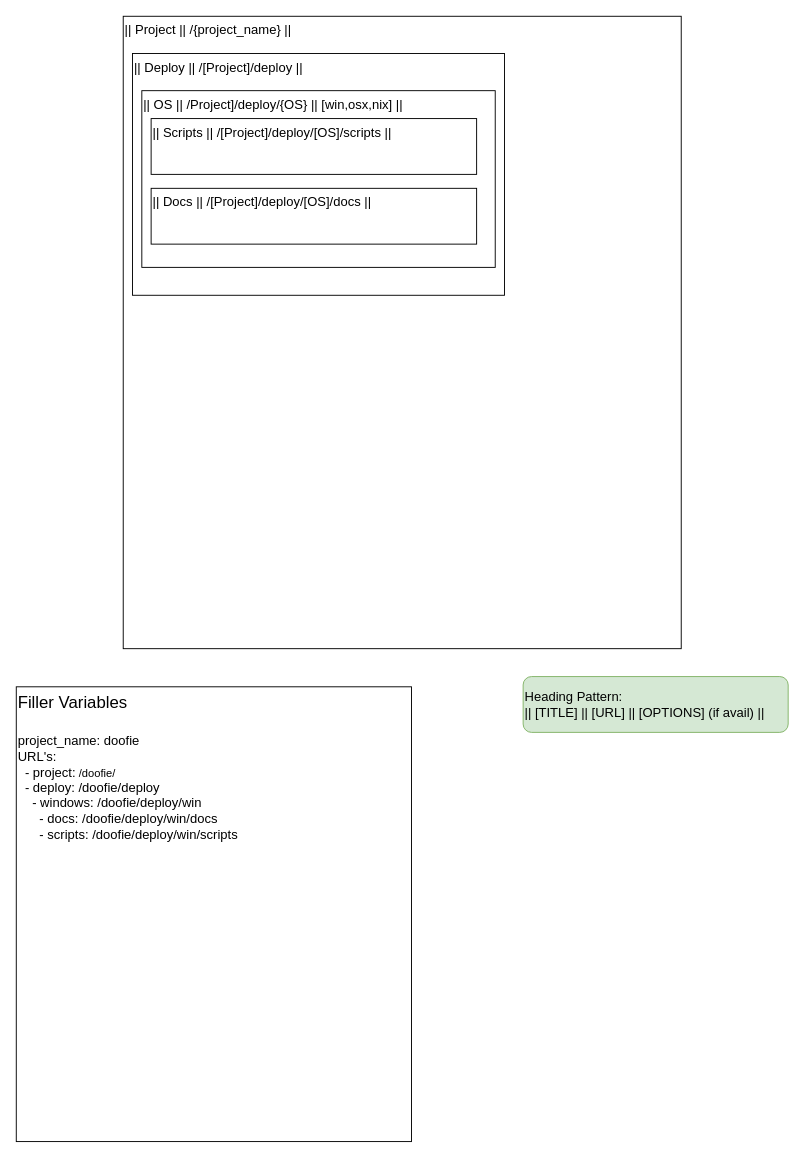
Before: draw.io/RepoLayout.drawio in jay13jay/Diagrams, a draw.io diagram. Source tidied: cells renumbered, new cells numbered last; positions are measured from the earlier drawing's top-left corner, leaving out a move shared by most shapes. Both pictures are drawn from the tidied source at 93%, with x=0, y=0 at pixel (16, 16).
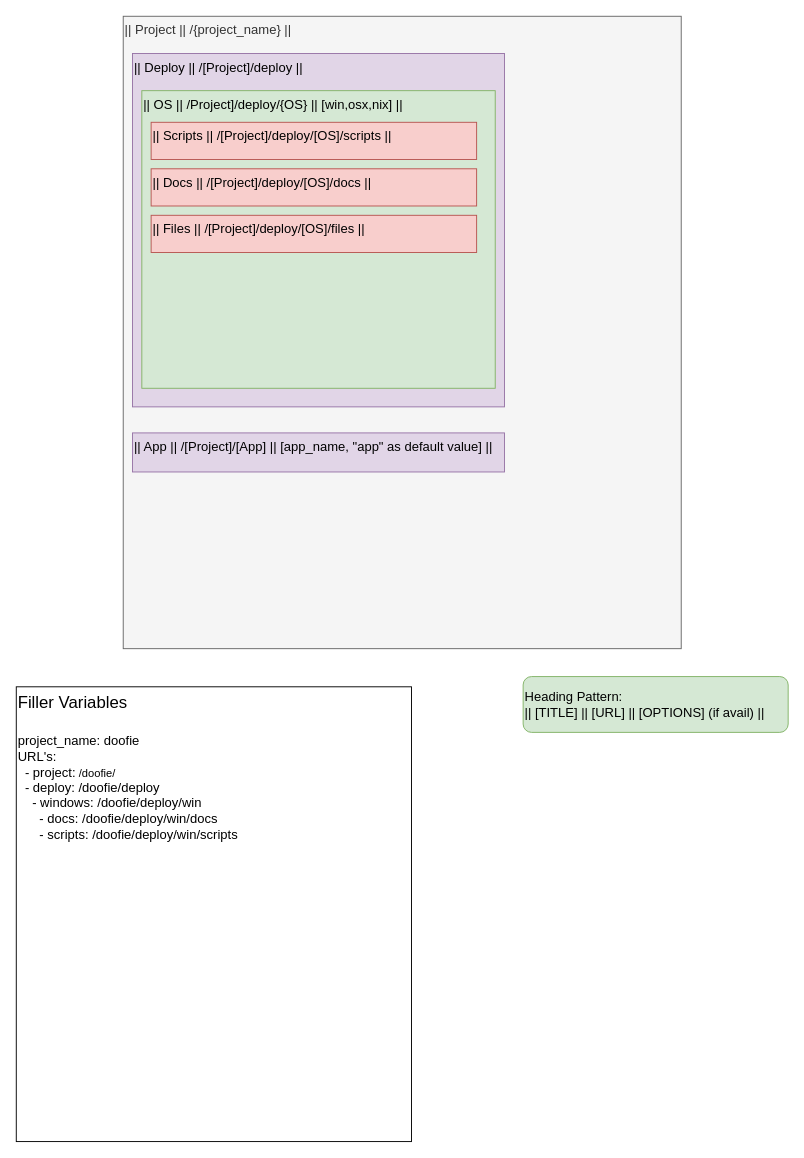
After the change.

What changed in the source:
```diff
@@
 <mxGraphModel>
   <root>
     <mxCell id="0" />
     <mxCell id="1" parent="0" />
-    <mxCell id="2" value="&lt;div style=&quot;font-size: 14px&quot;&gt;|| Project || /{project_name} ||&lt;br&gt;&lt;/div&gt;" style="rounded=0;whiteSpace=wrap;html=1;labelPosition=center;verticalLabelPosition=middle;align=left;verticalAlign=top;spacingLeft=0;spacingRight=0;spacingTop=0;spacingBottom=0;textDirection=ltr;fontSize=18;" parent="1" vertex="1">
+    <mxCell id="2" value="&lt;div style=&quot;font-size: 14px&quot;&gt;|| Project || /{project_name} ||&lt;br&gt;&lt;/div&gt;" style="rounded=0;whiteSpace=wrap;html=1;labelPosition=center;verticalLabelPosition=middle;align=left;verticalAlign=top;spacingLeft=0;spacingRight=0;spacingTop=0;spacingBottom=0;textDirection=ltr;fontSize=18;fillColor=#f5f5f5;strokeColor=#666666;fontColor=#333333;" parent="1" vertex="1">
       <mxGeometry x="115" width="600" height="680" as="geometry" />
     </mxCell>
-    <mxCell id="3" value="&lt;div style=&quot;font-size: 14px&quot;&gt;|| Deploy || /[Project]/deploy ||&lt;br&gt;&lt;/div&gt;" style="rounded=0;whiteSpace=wrap;html=1;labelPosition=center;verticalLabelPosition=middle;align=left;verticalAlign=top;spacingLeft=0;spacingRight=0;spacingTop=0;spacingBottom=0;textDirection=ltr;fontSize=18;" parent="1" vertex="1">
-      <mxGeometry x="125" y="40" width="400" height="260" as="geometry" />
+    <mxCell id="3" value="&lt;div style=&quot;font-size: 14px&quot;&gt;|| Deploy || /[Project]/deploy ||&lt;br&gt;&lt;/div&gt;" style="rounded=0;whiteSpace=wrap;html=1;labelPosition=center;verticalLabelPosition=middle;align=left;verticalAlign=top;spacingLeft=0;spacingRight=0;spacingTop=0;spacingBottom=0;textDirection=ltr;fontSize=18;fillColor=#e1d5e7;strokeColor=#9673a6;" parent="1" vertex="1">
+      <mxGeometry x="125" y="40" width="400" height="380" as="geometry" />
     </mxCell>
     <mxCell id="4" value="&lt;div&gt;Filler Variables&lt;/div&gt;&lt;div&gt;&lt;br&gt;&lt;/div&gt;&lt;div style=&quot;font-size: 14px&quot;&gt;project_name: doofie&lt;br&gt;&lt;/div&gt;&lt;div style=&quot;font-size: 14px&quot;&gt;&lt;font style=&quot;font-size: 14px&quot;&gt;URL's:&lt;/font&gt;&lt;/div&gt;&lt;div style=&quot;font-size: 12px&quot;&gt;&lt;font style=&quot;font-size: 14px&quot;&gt;&amp;nbsp; - project:&lt;/font&gt; /doofie/&lt;/div&gt;&lt;div style=&quot;font-size: 14px&quot;&gt;&amp;nbsp; - deploy: /doofie/deploy&lt;/div&gt;&lt;div style=&quot;font-size: 14px&quot;&gt;&amp;nbsp;&amp;nbsp;&amp;nbsp; - windows: /doofie/deploy/win&lt;br&gt;&lt;/div&gt;&lt;div style=&quot;font-size: 14px&quot;&gt;&amp;nbsp;&amp;nbsp;&amp;nbsp;&amp;nbsp;&amp;nbsp; - docs: /doofie/deploy/win/docs&lt;/div&gt;&lt;div style=&quot;font-size: 14px&quot;&gt;&amp;nbsp;&amp;nbsp;&amp;nbsp;&amp;nbsp;&amp;nbsp; - scripts: /doofie/deploy/win/scripts&lt;br&gt;&lt;/div&gt;" style="rounded=0;whiteSpace=wrap;html=1;fontSize=18;align=left;verticalAlign=top;" parent="1" vertex="1">
       <mxGeometry y="721" width="425" height="489" as="geometry" />
     </mxCell>
-    <mxCell id="5" value="|| OS || /Project]/deploy/{OS} || [win,osx,nix] ||" style="rounded=0;whiteSpace=wrap;html=1;fontSize=14;align=left;verticalAlign=top;" parent="1" vertex="1">
-      <mxGeometry x="135" y="80" width="380" height="190" as="geometry" />
+    <mxCell id="5" value="|| OS || /Project]/deploy/{OS} || [win,osx,nix] ||" style="rounded=0;whiteSpace=wrap;html=1;fontSize=14;align=left;verticalAlign=top;fillColor=#d5e8d4;strokeColor=#82b366;" parent="1" vertex="1">
+      <mxGeometry x="135" y="80" width="380" height="320" as="geometry" />
     </mxCell>
     <mxCell id="6" value="&lt;div&gt;Heading Pattern:&lt;/div&gt;&lt;div&gt;|| [TITLE] || [URL] || [OPTIONS] (if avail) ||&lt;br&gt;&lt;/div&gt;" style="rounded=1;whiteSpace=wrap;html=1;fontSize=14;align=left;fillColor=#d5e8d4;strokeColor=#82b366;" parent="1" vertex="1">
       <mxGeometry x="545" y="710" width="285" height="60" as="geometry" />
     </mxCell>
-    <mxCell id="7" value="|| Scripts || /[Project]/deploy/[OS]/scripts ||" style="rounded=0;whiteSpace=wrap;html=1;fontSize=14;align=left;verticalAlign=top;" parent="1" vertex="1">
-      <mxGeometry x="145" y="110" width="350" height="60" as="geometry" />
+    <mxCell id="7" value="|| Scripts || /[Project]/deploy/[OS]/scripts ||" style="rounded=0;whiteSpace=wrap;html=1;fontSize=14;align=left;verticalAlign=top;fillColor=#f8cecc;strokeColor=#b85450;" parent="1" vertex="1">
+      <mxGeometry x="145" y="114" width="350" height="40" as="geometry" />
     </mxCell>
-    <mxCell id="8" value="|| Docs || /[Project]/deploy/[OS]/docs ||" style="rounded=0;whiteSpace=wrap;html=1;fontSize=14;align=left;verticalAlign=top;" parent="1" vertex="1">
-      <mxGeometry x="145" y="185" width="350" height="60" as="geometry" />
+    <mxCell id="8" value="|| Docs || /[Project]/deploy/[OS]/docs ||" style="rounded=0;whiteSpace=wrap;html=1;fontSize=14;align=left;verticalAlign=top;fillColor=#f8cecc;strokeColor=#b85450;" parent="1" vertex="1">
+      <mxGeometry x="145" y="164" width="350" height="40" as="geometry" />
     </mxCell>
+    <mxCell id="9" value="|| Files || /[Project]/deploy/[OS]/files ||" style="rounded=0;whiteSpace=wrap;html=1;fontSize=14;align=left;verticalAlign=top;fillColor=#f8cecc;strokeColor=#b85450;" parent="1" vertex="1">
+      <mxGeometry x="145" y="214" width="350" height="40" as="geometry" />
+    </mxCell>
+    <mxCell id="10" value="&lt;div style=&quot;font-size: 14px&quot;&gt;|| App || /[Project]/[App] || [app_name, &quot;app&quot; as default value] ||&lt;br&gt;&lt;/div&gt;" style="rounded=0;whiteSpace=wrap;html=1;labelPosition=center;verticalLabelPosition=middle;align=left;verticalAlign=top;spacingLeft=0;spacingRight=0;spacingTop=0;spacingBottom=0;textDirection=ltr;fontSize=18;fillColor=#e1d5e7;strokeColor=#9673a6;" parent="1" vertex="1">
+      <mxGeometry x="125" y="448" width="400" height="42" as="geometry" />
+    </mxCell>
   </root>
 </mxGraphModel>
```
